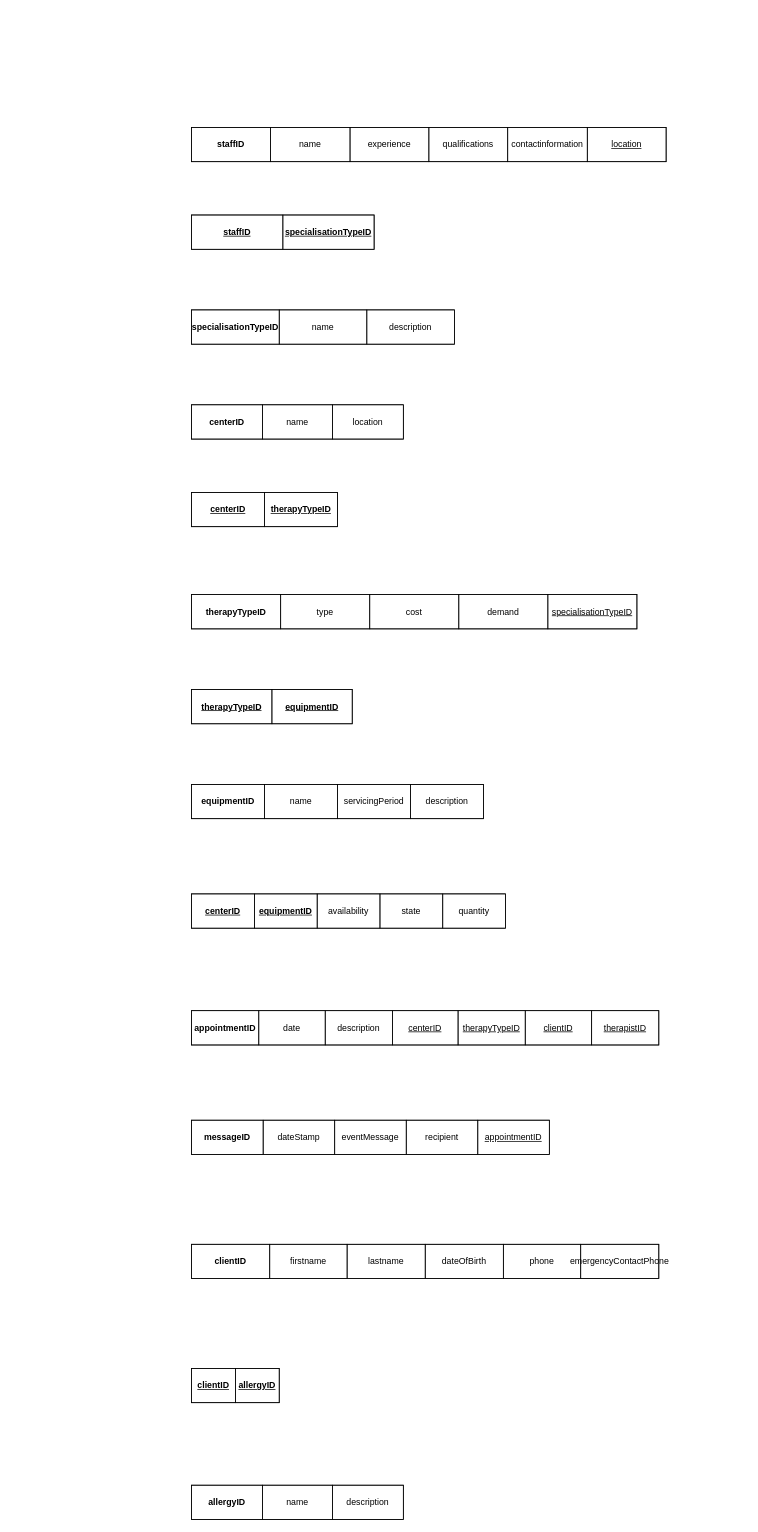
This is RelationalSchemaASS3a.drawio from GreenFella/databaseclass, a draw.io file, before an edit. Source tidied: cells renumbered, new cells numbered last; positions are measured from the earlier drawing's top-left corner, leaving out a move shared by most shapes. Both pictures are drawn from the tidied source at 73%, with x=0, y=0 at pixel (191, 127).
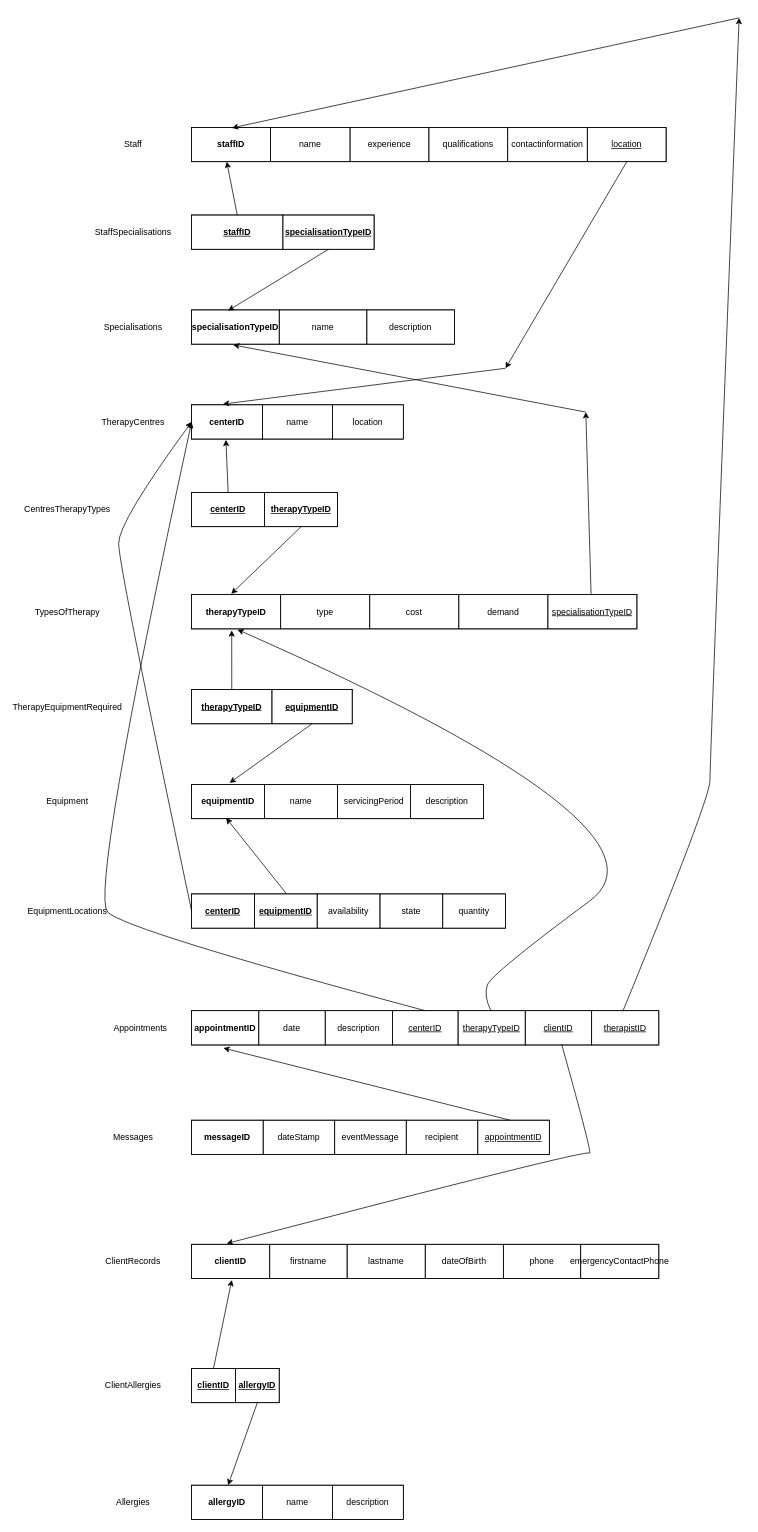
After the change.

The change refers to these unchanged cells:
```xml
<mxCell id="3" style="shape=tableRow;horizontal=0;startSize=0;swimlaneHead=0;swimlaneBody=0;top=0;left=0;bottom=0;right=0;fontStyle=0;fillColor=none;strokeColor=inherit;" parent="2" vertex="1">
  <mxGeometry width="650" height="47" as="geometry" />
</mxCell>
<mxCell id="11" style="shape=tableRow;horizontal=0;startSize=0;swimlaneHead=0;swimlaneBody=0;top=0;left=0;bottom=0;right=0;fontStyle=0;fillColor=none;strokeColor=inherit;" parent="10" vertex="1">
  <mxGeometry width="250" height="47" as="geometry" />
</mxCell>
<mxCell id="15" style="shape=tableRow;horizontal=0;startSize=0;swimlaneHead=0;swimlaneBody=0;top=0;left=0;bottom=0;right=0;fontStyle=0;fillColor=none;strokeColor=inherit;" parent="14" vertex="1">
  <mxGeometry width="360" height="47" as="geometry" />
</mxCell>
<mxCell id="20" style="shape=tableRow;horizontal=0;startSize=0;swimlaneHead=0;swimlaneBody=0;top=0;left=0;bottom=0;right=0;fontStyle=0;fillColor=none;strokeColor=inherit;" parent="19" vertex="1">
  <mxGeometry width="290" height="47" as="geometry" />
</mxCell>
<mxCell id="25" style="shape=tableRow;horizontal=0;startSize=0;swimlaneHead=0;swimlaneBody=0;top=0;left=0;bottom=0;right=0;fontStyle=0;fillColor=none;strokeColor=inherit;" parent="24" vertex="1">
  <mxGeometry width="200" height="47" as="geometry" />
</mxCell>
<mxCell id="29" style="shape=tableRow;horizontal=0;startSize=0;swimlaneHead=0;swimlaneBody=0;top=0;left=0;bottom=0;right=0;fontStyle=0;fillColor=none;strokeColor=inherit;" parent="28" vertex="1">
  <mxGeometry width="610" height="47" as="geometry" />
</mxCell>
<mxCell id="36" style="shape=tableRow;horizontal=0;startSize=0;swimlaneHead=0;swimlaneBody=0;top=0;left=0;bottom=0;right=0;fontStyle=0;fillColor=none;strokeColor=inherit;" parent="35" vertex="1">
  <mxGeometry width="220" height="47" as="geometry" />
</mxCell>
<mxCell id="45" style="shape=tableRow;horizontal=0;startSize=0;swimlaneHead=0;swimlaneBody=0;top=0;left=0;bottom=0;right=0;fontStyle=0;fillColor=none;strokeColor=inherit;" parent="44" vertex="1">
  <mxGeometry width="120" height="47" as="geometry" />
</mxCell>
<mxCell id="49" style="shape=tableRow;horizontal=0;startSize=0;swimlaneHead=0;swimlaneBody=0;top=0;left=0;bottom=0;right=0;fontStyle=0;fillColor=none;strokeColor=inherit;" parent="48" vertex="1">
  <mxGeometry width="400" height="47" as="geometry" />
</mxCell>
<mxCell id="55" style="shape=tableRow;horizontal=0;startSize=0;swimlaneHead=0;swimlaneBody=0;top=0;left=0;bottom=0;right=0;fontStyle=0;fillColor=none;strokeColor=inherit;" parent="54" vertex="1">
  <mxGeometry width="430" height="47" as="geometry" />
</mxCell>
<mxCell id="62" style="shape=tableRow;horizontal=0;startSize=0;swimlaneHead=0;swimlaneBody=0;top=0;left=0;bottom=0;right=0;fontStyle=0;fillColor=none;strokeColor=inherit;" parent="61" vertex="1">
  <mxGeometry width="640" height="47" as="geometry" />
</mxCell>
<mxCell id="71" style="shape=tableRow;horizontal=0;startSize=0;swimlaneHead=0;swimlaneBody=0;top=0;left=0;bottom=0;right=0;fontStyle=0;fillColor=none;strokeColor=inherit;" parent="70" vertex="1">
  <mxGeometry width="490" height="47" as="geometry" />
</mxCell>
<mxCell id="78" style="shape=tableRow;horizontal=0;startSize=0;swimlaneHead=0;swimlaneBody=0;top=0;left=0;bottom=0;right=0;fontStyle=0;fillColor=none;strokeColor=inherit;" parent="77" vertex="1">
  <mxGeometry width="640" height="47" as="geometry" />
</mxCell>
```

The edit, as a diff of the source:
```diff
@@
+    <mxCell id="85" style="endArrow=classic;html=1;rounded=0;entryX=0.074;entryY=1;entryDx=0;entryDy=0;entryPerimeter=0;exitX=0.25;exitY=0;exitDx=0;exitDy=0;" parent="1" edge="1" source="11" target="3">
+      <mxGeometry relative="1" as="geometry" />
+    </mxCell>
+    <mxCell id="86" style="endArrow=classic;html=1;rounded=0;entryX=0.139;entryY=0.021;entryDx=0;entryDy=0;entryPerimeter=0;exitX=0.75;exitY=1;exitDx=0;exitDy=0;" parent="1" edge="1" source="11" target="15">
+      <mxGeometry relative="1" as="geometry" />
+    </mxCell>
+    <mxCell id="87" style="endArrow=classic;html=1;rounded=0;exitX=0.918;exitY=0.979;exitDx=0;exitDy=0;exitPerimeter=0;" parent="1" edge="1" source="3">
+      <mxGeometry relative="1" as="geometry">
+        <mxPoint x="430" y="330" as="targetPoint" />
+      </mxGeometry>
+    </mxCell>
+    <mxCell id="88" style="endArrow=classic;html=1;rounded=0;entryX=0.148;entryY=-0.021;entryDx=0;entryDy=0;entryPerimeter=0;" parent="1" edge="1" target="20">
+      <mxGeometry relative="1" as="geometry">
+        <mxPoint x="430" y="330" as="sourcePoint" />
+      </mxGeometry>
+    </mxCell>
+    <mxCell id="89" style="endArrow=classic;html=1;rounded=0;exitX=0.25;exitY=0;exitDx=0;exitDy=0;entryX=0.162;entryY=1.021;entryDx=0;entryDy=0;entryPerimeter=0;" parent="1" edge="1" source="25" target="20">
+      <mxGeometry relative="1" as="geometry" />
+    </mxCell>
+    <mxCell id="90" style="endArrow=classic;html=1;rounded=0;exitX=0.75;exitY=1;exitDx=0;exitDy=0;entryX=0.089;entryY=-0.021;entryDx=0;entryDy=0;entryPerimeter=0;" parent="1" edge="1" source="25" target="29">
+      <mxGeometry relative="1" as="geometry" />
+    </mxCell>
+    <mxCell id="91" style="endArrow=classic;html=1;rounded=0;entryX=0.158;entryY=1.021;entryDx=0;entryDy=0;entryPerimeter=0;" parent="1" edge="1" target="15">
+      <mxGeometry relative="1" as="geometry">
+        <mxPoint x="540" y="390" as="sourcePoint" />
+      </mxGeometry>
+    </mxCell>
+    <mxCell id="92" style="endArrow=classic;html=1;rounded=0;exitX=0.897;exitY=-0.021;exitDx=0;exitDy=0;exitPerimeter=0;" parent="1" edge="1" source="29">
+      <mxGeometry relative="1" as="geometry">
+        <mxPoint x="540" y="390" as="targetPoint" />
+      </mxGeometry>
+    </mxCell>
+    <mxCell id="93" style="endArrow=classic;html=1;rounded=0;entryX=0.09;entryY=1.043;entryDx=0;entryDy=0;entryPerimeter=0;exitX=0.25;exitY=0;exitDx=0;exitDy=0;" parent="1" edge="1" source="36" target="29">
+      <mxGeometry relative="1" as="geometry" />
+    </mxCell>
+    <mxCell id="94" style="endArrow=classic;html=1;rounded=0;entryX=0.13;entryY=-0.043;entryDx=0;entryDy=0;entryPerimeter=0;exitX=0.75;exitY=1;exitDx=0;exitDy=0;" parent="1" edge="1" source="36" target="49">
+      <mxGeometry relative="1" as="geometry" />
+    </mxCell>
+    <mxCell id="95" style="curved=1;endArrow=classic;html=1;rounded=0;entryX=0;entryY=0.5;entryDx=0;entryDy=0;exitX=0;exitY=0.5;exitDx=0;exitDy=0;" parent="1" edge="1" source="55" target="20">
+      <mxGeometry relative="1" as="geometry">
+        <Array as="points">
+          <mxPoint x="-100" y="600" />
+          <mxPoint x="-100" y="540" />
+        </Array>
+      </mxGeometry>
+    </mxCell>
+    <mxCell id="96" style="endArrow=classic;html=1;rounded=0;entryX=0.118;entryY=0.979;entryDx=0;entryDy=0;entryPerimeter=0;" parent="1" edge="1" target="49">
+      <mxGeometry relative="1" as="geometry">
+        <mxPoint x="130" y="1050" as="sourcePoint" />
+      </mxGeometry>
+    </mxCell>
+    <mxCell id="97" style="curved=1;endArrow=classic;html=1;rounded=0;exitX=0.5;exitY=0;exitDx=0;exitDy=0;entryX=0;entryY=0.5;entryDx=0;entryDy=0;" parent="1" edge="1" source="62" target="20">
+      <mxGeometry relative="1" as="geometry">
+        <Array as="points">
+          <mxPoint x="-90" y="1100" />
+          <mxPoint x="-140" y="1050" />
+        </Array>
+      </mxGeometry>
+    </mxCell>
+    <mxCell id="98" style="curved=1;endArrow=classic;html=1;rounded=0;entryX=0.103;entryY=1.021;entryDx=0;entryDy=0;entryPerimeter=0;" parent="1" edge="1" target="29">
+      <mxGeometry relative="1" as="geometry">
+        <mxPoint x="410" y="1210" as="sourcePoint" />
+        <Array as="points">
+          <mxPoint x="400" y="1190" />
+          <mxPoint x="410" y="1160" />
+          <mxPoint x="680" y="960" />
+        </Array>
+      </mxGeometry>
+    </mxCell>
+    <mxCell id="99" style="curved=1;endArrow=classic;html=1;rounded=0;entryX=0.075;entryY=-0.021;entryDx=0;entryDy=0;entryPerimeter=0;exitX=0.792;exitY=0.979;exitDx=0;exitDy=0;exitPerimeter=0;" parent="1" edge="1" source="62" target="78">
+      <mxGeometry relative="1" as="geometry">
+        <Array as="points">
+          <mxPoint x="550" y="1410" />
+          <mxPoint x="540" y="1400" />
+        </Array>
+      </mxGeometry>
+    </mxCell>
+    <mxCell id="100" style="curved=1;endArrow=classic;html=1;rounded=0;exitX=0.923;exitY=0.015;exitDx=0;exitDy=0;exitPerimeter=0;" parent="1" edge="1" source="62">
+      <mxGeometry relative="1" as="geometry">
+        <mxPoint x="750" y="-150" as="targetPoint" />
+        <Array as="points">
+          <mxPoint x="710" y="920" />
+          <mxPoint x="710" y="870" />
+        </Array>
+      </mxGeometry>
+    </mxCell>
+    <mxCell id="101" style="endArrow=classic;html=1;rounded=0;entryX=0.085;entryY=0.015;entryDx=0;entryDy=0;entryPerimeter=0;" parent="1" edge="1" target="3">
+      <mxGeometry relative="1" as="geometry">
+        <mxPoint x="750" y="-150" as="sourcePoint" />
+      </mxGeometry>
+    </mxCell>
+    <mxCell id="102" style="endArrow=classic;html=1;rounded=0;entryX=0.068;entryY=1.09;entryDx=0;entryDy=0;entryPerimeter=0;exitX=0.891;exitY=0.001;exitDx=0;exitDy=0;exitPerimeter=0;" parent="1" edge="1" source="71" target="62">
+      <mxGeometry relative="1" as="geometry" />
+    </mxCell>
+    <mxCell id="103" style="endArrow=classic;html=1;rounded=0;entryX=0.086;entryY=1.04;entryDx=0;entryDy=0;entryPerimeter=0;exitX=0.25;exitY=0;exitDx=0;exitDy=0;" parent="1" edge="1" source="45" target="78">
+      <mxGeometry relative="1" as="geometry" />
+    </mxCell>
+    <mxCell id="104" style="endArrow=classic;html=1;rounded=0;exitX=0.75;exitY=1;exitDx=0;exitDy=0;" parent="1" edge="1" source="45">
+      <mxGeometry relative="1" as="geometry">
+        <mxPoint x="50" y="1860" as="targetPoint" />
+      </mxGeometry>
+    </mxCell>
+    <mxCell id="105" value="Staff" style="text;html=1;align=center;verticalAlign=middle;whiteSpace=wrap;rounded=0;" parent="1" vertex="1">
+      <mxGeometry x="-110" y="9" width="60" height="30" as="geometry" />
+    </mxCell>
+    <mxCell id="106" value="StaffSpecialisations" style="text;html=1;align=center;verticalAlign=middle;whiteSpace=wrap;rounded=0;" parent="1" vertex="1">
+      <mxGeometry x="-110" y="128.5" width="60" height="30" as="geometry" />
+    </mxCell>
+    <mxCell id="107" value="Specialisations" style="text;html=1;align=center;verticalAlign=middle;whiteSpace=wrap;rounded=0;" parent="1" vertex="1">
+      <mxGeometry x="-110" y="258.5" width="60" height="30" as="geometry" />
+    </mxCell>
+    <mxCell id="108" value="TherapyCentres" style="text;html=1;align=center;verticalAlign=middle;whiteSpace=wrap;rounded=0;" parent="1" vertex="1">
+      <mxGeometry x="-110" y="388.5" width="60" height="30" as="geometry" />
+    </mxCell>
+    <mxCell id="109" value="CentresTherapyTypes" style="text;html=1;align=center;verticalAlign=middle;whiteSpace=wrap;rounded=0;" parent="1" vertex="1">
+      <mxGeometry x="-200" y="508.5" width="60" height="30" as="geometry" />
+    </mxCell>
+    <mxCell id="110" value="TypesOfTherapy" style="text;html=1;align=center;verticalAlign=middle;whiteSpace=wrap;rounded=0;" parent="1" vertex="1">
+      <mxGeometry x="-200" y="648.5" width="60" height="30" as="geometry" />
+    </mxCell>
+    <mxCell id="111" value="TherapyEquipmentRequired" style="text;html=1;align=center;verticalAlign=middle;whiteSpace=wrap;rounded=0;" parent="1" vertex="1">
+      <mxGeometry x="-200" y="778.5" width="60" height="30" as="geometry" />
+    </mxCell>
+    <mxCell id="112" value="Equipment" style="text;html=1;align=center;verticalAlign=middle;whiteSpace=wrap;rounded=0;" parent="1" vertex="1">
+      <mxGeometry x="-200" y="908.5" width="60" height="30" as="geometry" />
+    </mxCell>
+    <mxCell id="113" value="EquipmentLocations" style="text;html=1;align=center;verticalAlign=middle;whiteSpace=wrap;rounded=0;" parent="1" vertex="1">
+      <mxGeometry x="-200" y="1058.5" width="60" height="30" as="geometry" />
+    </mxCell>
+    <mxCell id="114" value="Appointments" style="text;html=1;align=center;verticalAlign=middle;whiteSpace=wrap;rounded=0;" parent="1" vertex="1">
+      <mxGeometry x="-100" y="1218.5" width="60" height="30" as="geometry" />
+    </mxCell>
+    <mxCell id="115" value="Messages" style="text;html=1;align=center;verticalAlign=middle;whiteSpace=wrap;rounded=0;" parent="1" vertex="1">
+      <mxGeometry x="-110" y="1368.5" width="60" height="30" as="geometry" />
+    </mxCell>
+    <mxCell id="116" value="ClientRecords" style="text;html=1;align=center;verticalAlign=middle;whiteSpace=wrap;rounded=0;" parent="1" vertex="1">
+      <mxGeometry x="-110" y="1538.5" width="60" height="30" as="geometry" />
+    </mxCell>
+    <mxCell id="117" value="ClientAllergies" style="text;html=1;align=center;verticalAlign=middle;whiteSpace=wrap;rounded=0;" parent="1" vertex="1">
+      <mxGeometry x="-110" y="1708.5" width="60" height="30" as="geometry" />
+    </mxCell>
+    <mxCell id="118" value="Allergies" style="text;html=1;align=center;verticalAlign=middle;whiteSpace=wrap;rounded=0;" parent="1" vertex="1">
+      <mxGeometry x="-110" y="1868.5" width="60" height="30" as="geometry" />
+    </mxCell>
```
